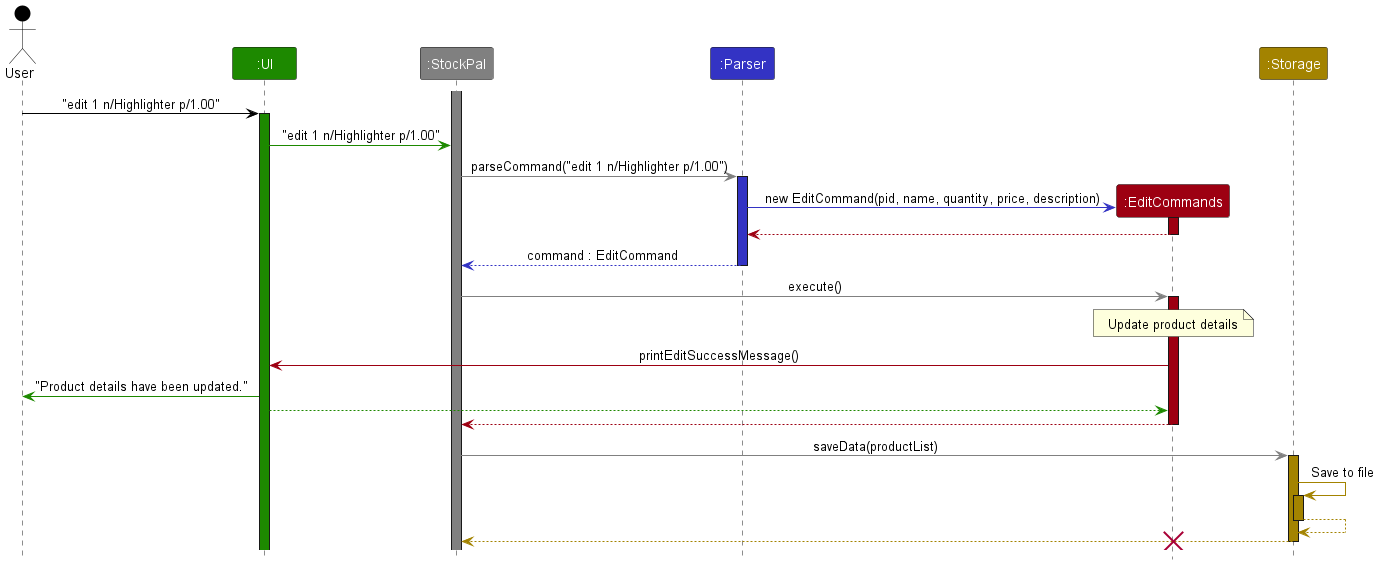
Above: docs/images/EditCommandSequenceDiagram.png in leongxingyu/tp (PlantUML), before the change.
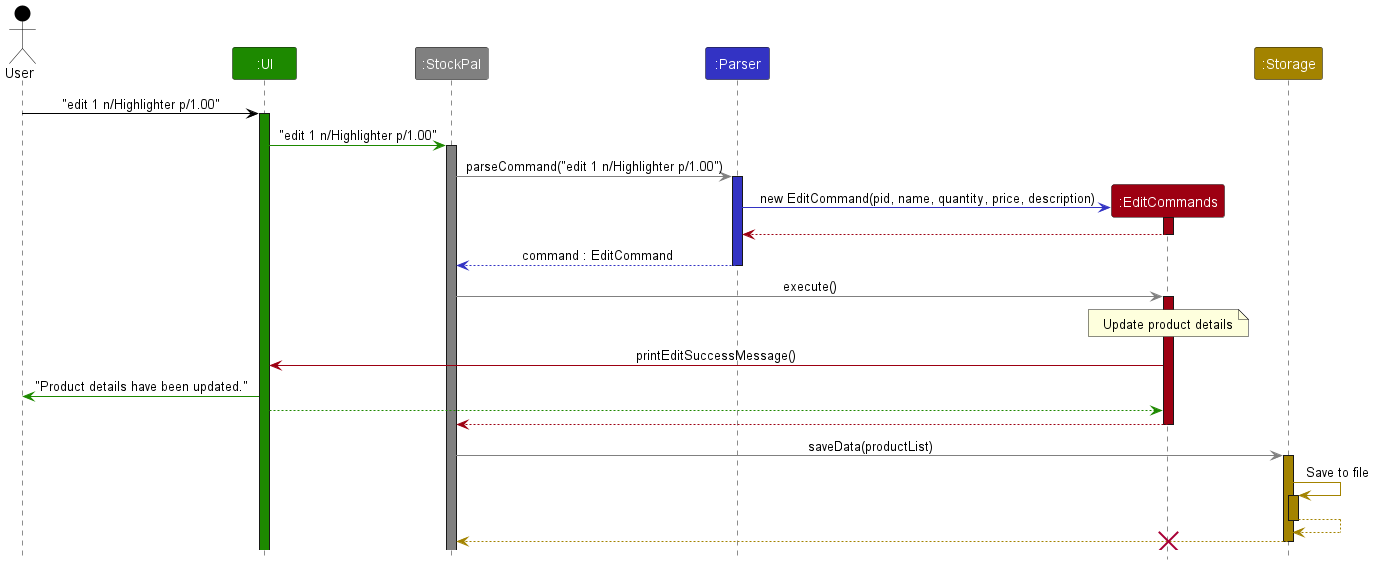
After the change.

Commit message:
Update EditCommand sequence diagram image

What changed in the source:
```diff
@@ -9,12 +9,11 @@
 Participant ":EditCommands" as command COMMANDS_COLOR
 Participant ":Storage" as storage STORAGE_COLOR
 
-activate stockpal STOCKPAL_COLOR
-
 user -[USER_COLOR]> ui : "edit 1 n/Highlighter p/1.00"
 activate ui UI_COLOR
 
 ui -[UI_COLOR]> stockpal : "edit 1 n/Highlighter p/1.00"
+activate stockpal STOCKPAL_COLOR
 
 stockpal -[STOCKPAL_COLOR]> parser : parseCommand("edit 1 n/Highlighter p/1.00")
 activate parser PARSER_COLOR
```
